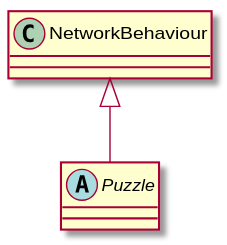
Earlier version of the PlantUML export UML/Puzzles/PatternPuzzle/Puzzle.svg (David-Denny/COMP3013-Team7).
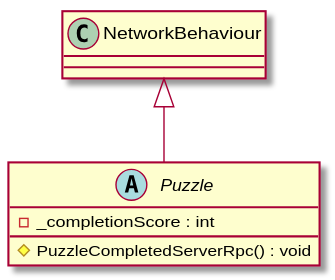
Later version of the same file.

The edit, as a diff of the source:
```diff
@@ -1,5 +1,7 @@
 @startuml
 abstract class Puzzle {
+    - _completionScore : int
+    # PuzzleCompletedServerRpc() : void
 }
 NetworkBehaviour <|-- Puzzle
 @enduml
```
